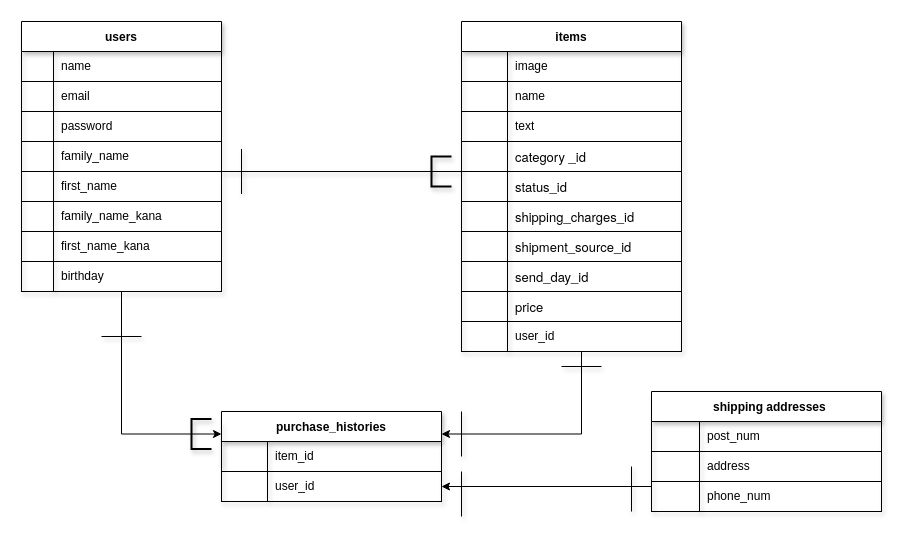
Before: er.dio in hoshino103/furima-36896, a draw.io diagram. Source tidied: cells renumbered, new cells numbered last; positions are measured from the earlier drawing's top-left corner, leaving out a move shared by most shapes. Both pictures are drawn from the tidied source at 100%, with x=0, y=0 at pixel (21, 21).
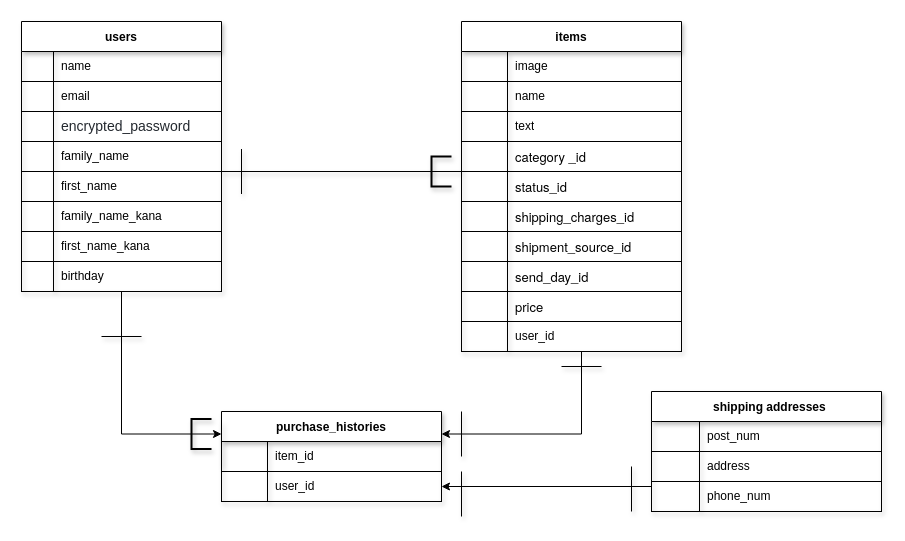
Above is the later version.

Commit message (it also covers changes not shown here):
ER図、READMEの修正

The change refers to these unchanged cells:
```xml
<mxCell id="42" style="shape=partialRectangle;html=1;whiteSpace=wrap;fillColor=none;top=0;left=0;bottom=1;right=0;" parent="35" vertex="1">
  <mxGeometry y="90" width="200" height="30" as="geometry" />
</mxCell>
```

Change to the diagram source:
```diff
@@
-    <mxCell id="44" value="&lt;span&gt;password&lt;/span&gt;" style="shape=partialRectangle;html=1;whiteSpace=wrap;fillColor=none;top=0;left=0;bottom=0;right=0;align=left;spacingLeft=6;overflow=hidden;" parent="42" vertex="1">
+    <mxCell id="44" value="&lt;span style=&quot;color: rgb(36 , 41 , 47) ; font-family: , , &amp;#34;segoe ui&amp;#34; , &amp;#34;helvetica&amp;#34; , &amp;#34;arial&amp;#34; , sans-serif , &amp;#34;apple color emoji&amp;#34; , &amp;#34;segoe ui emoji&amp;#34; ; font-size: 14px ; background-color: rgb(255 , 255 , 255)&quot;&gt;encrypted_password&lt;/span&gt;" style="shape=partialRectangle;html=1;whiteSpace=wrap;fillColor=none;top=0;left=0;bottom=0;right=0;align=left;spacingLeft=6;overflow=hidden;" parent="42" vertex="1">
       <mxGeometry x="32" width="168" height="30" as="geometry" />
     </mxCell>
```
